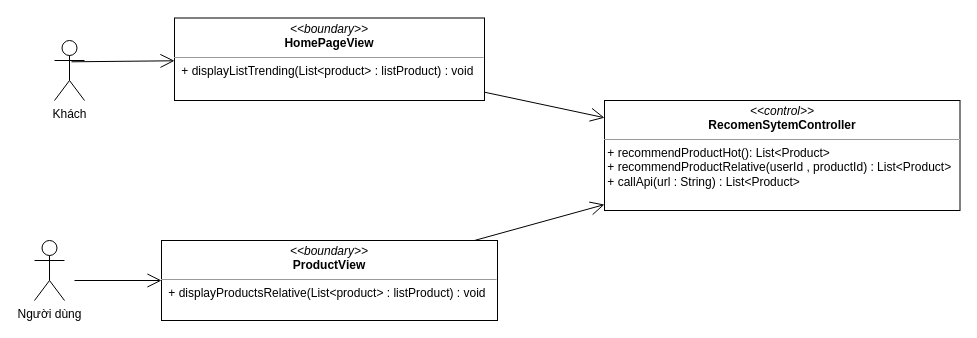
Before: class diagram/recommend-class-diagram.drawio in nguyenphamvan/datn_20202, a draw.io diagram. Source tidied: cells renumbered, new cells numbered last; positions are measured from the earlier drawing's top-left corner, leaving out a move shared by most shapes. Both pictures are drawn from the tidied source at 100%, with x=0, y=0 at pixel (34, 18).
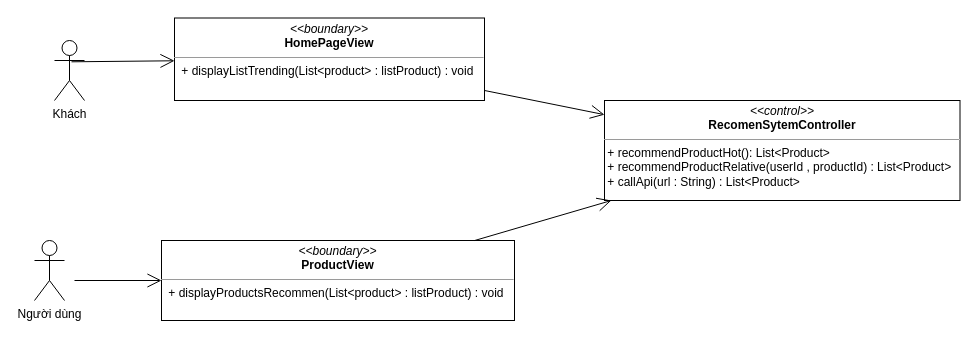
After the change.

Change to the diagram source:
```diff
@@
 <mxGraphModel>
   <root>
     <mxCell id="0" />
     <mxCell id="1" parent="0" />
     <mxCell id="2" value="&lt;p style=&quot;margin: 0px ; margin-top: 4px ; text-align: center&quot;&gt;&lt;i&gt;&amp;lt;&amp;lt;boundary&amp;gt;&amp;gt;&lt;/i&gt;&lt;br&gt;&lt;b&gt;HomePageView&lt;/b&gt;&lt;/p&gt;&lt;hr size=&quot;1&quot;&gt;&lt;p style=&quot;margin: 0px ; margin-left: 4px&quot;&gt;&lt;span&gt;&amp;nbsp;+ displayListTrending(List&amp;lt;product&amp;gt; : listProduct) : void&lt;/span&gt;&lt;br&gt;&lt;/p&gt;" style="verticalAlign=top;align=left;overflow=fill;fontSize=12;fontFamily=Helvetica;html=1;" parent="1" vertex="1">
       <mxGeometry x="140" y="-0.5" width="310" height="82.5" as="geometry" />
     </mxCell>
     <mxCell id="3" value="Người dùng" style="shape=umlActor;verticalLabelPosition=bottom;verticalAlign=top;html=1;" parent="1" vertex="1">
       <mxGeometry y="222" width="30" height="60" as="geometry" />
     </mxCell>
-    <mxCell id="4" value="&lt;p style=&quot;margin: 0px ; margin-top: 4px ; text-align: center&quot;&gt;&lt;i&gt;&amp;lt;&amp;lt;boundary&amp;gt;&amp;gt;&lt;/i&gt;&lt;br&gt;&lt;b&gt;ProductView&lt;/b&gt;&lt;/p&gt;&lt;hr size=&quot;1&quot;&gt;&lt;p style=&quot;margin: 0px ; margin-left: 4px&quot;&gt;&lt;span&gt;&amp;nbsp;+ displayProductsRelative(List&amp;lt;product&amp;gt; : listProduct) : void&lt;/span&gt;&lt;br&gt;&lt;/p&gt;" style="verticalAlign=top;align=left;overflow=fill;fontSize=12;fontFamily=Helvetica;html=1;" parent="1" vertex="1">
-      <mxGeometry x="127" y="222" width="336" height="80" as="geometry" />
+    <mxCell id="4" value="&lt;p style=&quot;margin: 0px ; margin-top: 4px ; text-align: center&quot;&gt;&lt;i&gt;&amp;lt;&amp;lt;boundary&amp;gt;&amp;gt;&lt;/i&gt;&lt;br&gt;&lt;b&gt;ProductView&lt;/b&gt;&lt;/p&gt;&lt;hr size=&quot;1&quot;&gt;&lt;p style=&quot;margin: 0px ; margin-left: 4px&quot;&gt;&lt;span&gt;&amp;nbsp;+ displayProductsRecommen(List&amp;lt;product&amp;gt; : listProduct) : void&lt;/span&gt;&lt;br&gt;&lt;/p&gt;" style="verticalAlign=top;align=left;overflow=fill;fontSize=12;fontFamily=Helvetica;html=1;" parent="1" vertex="1">
+      <mxGeometry x="127" y="222" width="353" height="80" as="geometry" />
     </mxCell>
     <mxCell id="5" value="&lt;p style=&quot;margin: 0px ; margin-top: 4px ; text-align: center&quot;&gt;&lt;i&gt;&amp;lt;&amp;lt;control&amp;gt;&amp;gt;&lt;/i&gt;&lt;br&gt;&lt;b&gt;RecomenSytemController&lt;/b&gt;&lt;/p&gt;&lt;hr size=&quot;1&quot;&gt;&amp;nbsp;+ recommendProductHot(): List&amp;lt;Product&amp;gt;&lt;br&gt;&amp;nbsp;+ recommendProductRelative(userId , productId) : List&amp;lt;Product&amp;gt;&lt;br&gt;&amp;nbsp;+ callApi(url : String) : List&amp;lt;Product&amp;gt;" style="verticalAlign=top;align=left;overflow=fill;fontSize=12;fontFamily=Helvetica;html=1;" parent="1" vertex="1">
-      <mxGeometry x="570" y="82" width="355.5" height="110" as="geometry" />
+      <mxGeometry x="570" y="82" width="355.5" height="100" as="geometry" />
     </mxCell>
     <mxCell id="6" value="Khách" style="shape=umlActor;verticalLabelPosition=bottom;verticalAlign=top;html=1;" parent="1" vertex="1">
       <mxGeometry x="20" y="22" width="30" height="60" as="geometry" />
     </mxCell>
     <mxCell id="7" style="endArrow=open;endFill=1;endSize=12;html=1;exitX=0.567;exitY=0.355;exitDx=0;exitDy=0;exitPerimeter=0;" parent="1" edge="1" source="6" target="2">
       <mxGeometry relative="1" as="geometry" />
     </mxCell>
     <mxCell id="8" style="endArrow=open;endFill=1;endSize=12;html=1;" parent="1" edge="1" source="2" target="5">
       <mxGeometry relative="1" as="geometry" />
     </mxCell>
     <mxCell id="9" style="endArrow=open;endFill=1;endSize=12;html=1;" parent="1" edge="1" source="4" target="5">
       <mxGeometry relative="1" as="geometry" />
     </mxCell>
     <mxCell id="10" style="endArrow=open;endFill=1;endSize=12;html=1;" parent="1" edge="1" target="4">
       <mxGeometry relative="1" as="geometry">
         <mxPoint x="40" y="262" as="sourcePoint" />
       </mxGeometry>
     </mxCell>
   </root>
 </mxGraphModel>
```
